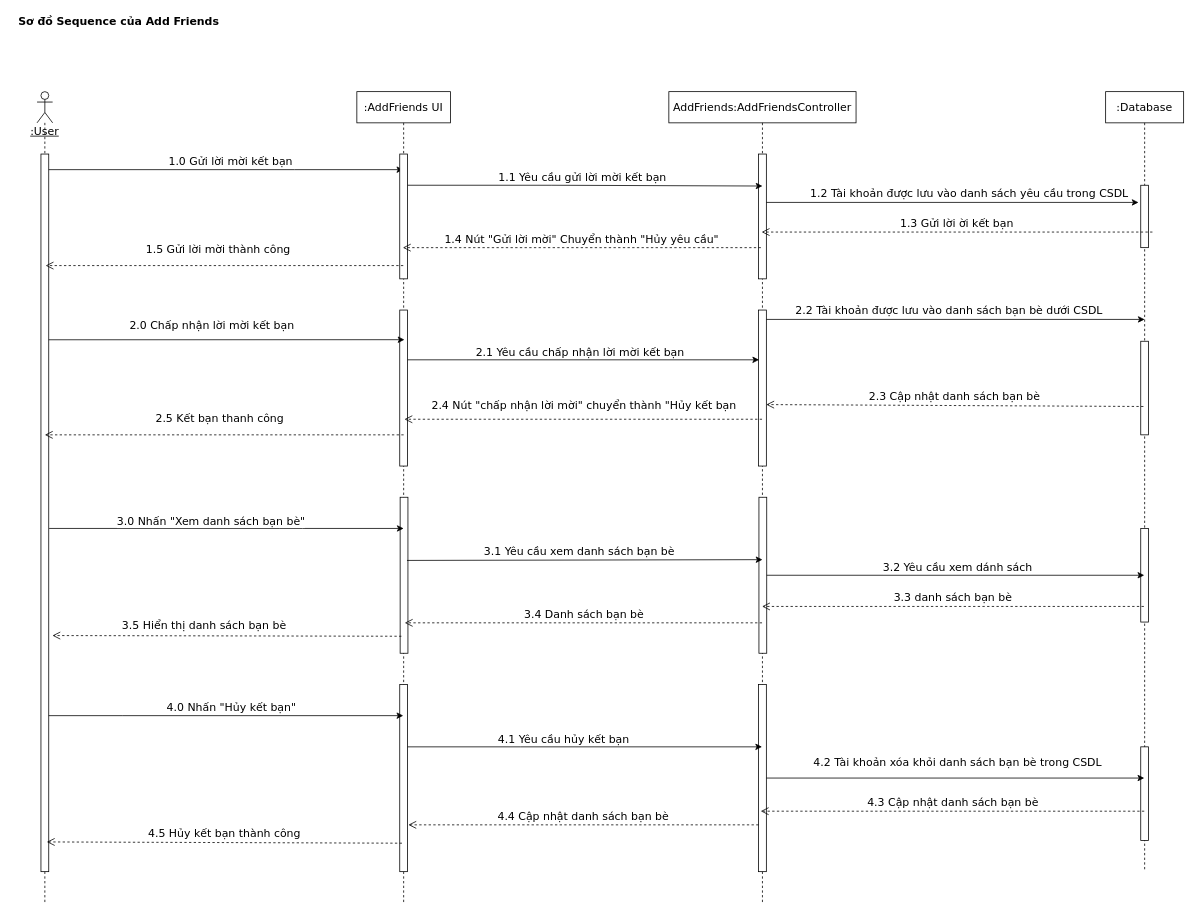
This is ToDoApp-Doc/Document/Diagram/Sequence Diagram/AddFriends/AddFriends_SequenceDiagram.drawio from Merevoli-DatLuu/To-Do-App, a draw.io file, before an edit. Source tidied: cells renumbered, new cells numbered last; positions are measured from the earlier drawing's top-left corner, leaving out a move shared by most shapes. Both pictures are drawn from the tidied source at 78%, with x=0, y=0 at pixel (13, 13).
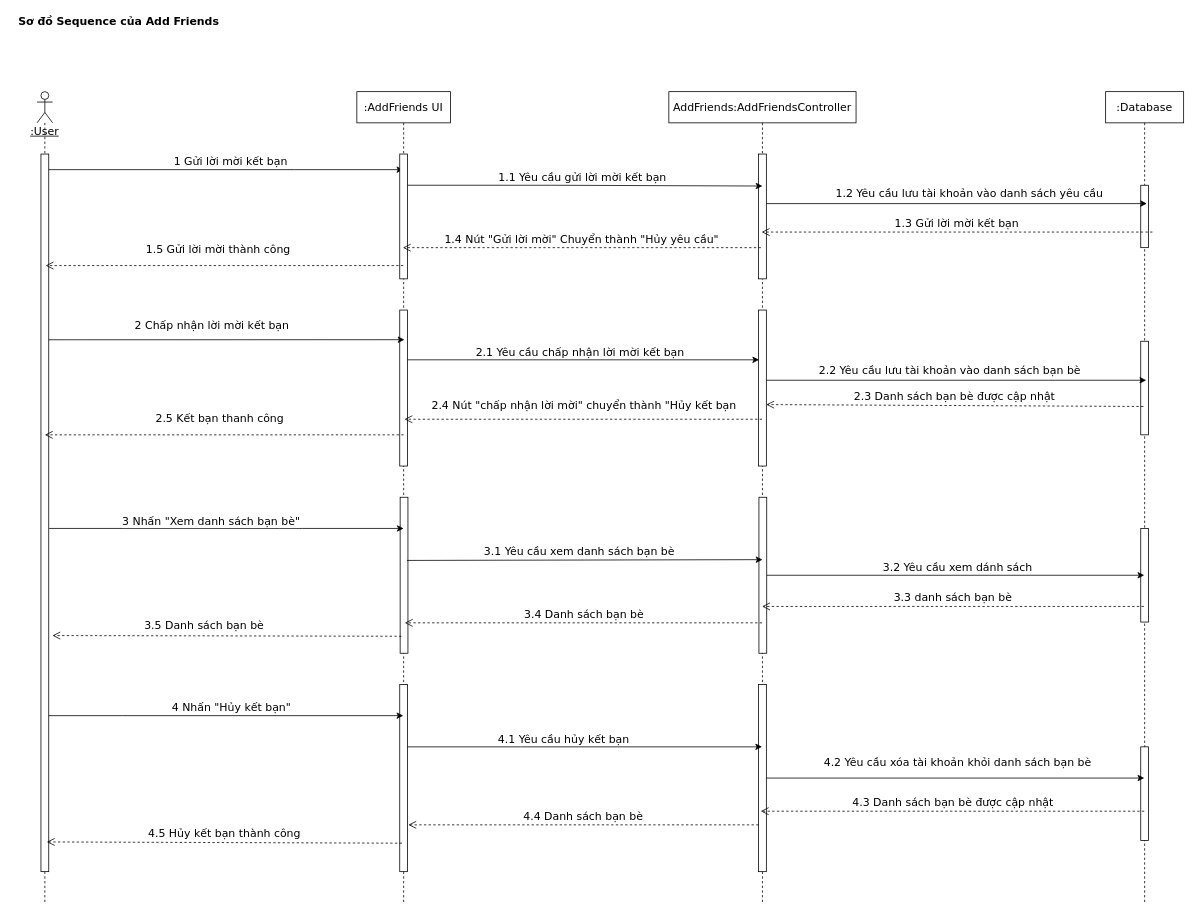
Above is the later version.

Commit message (it also covers changes not shown here):
[Modified]: Modified AddFriends_SequenceDiagram

Unchanged cells that the change refers to:
```xml
<mxCell id="2" style="edgeStyle=none;rounded=0;jettySize=auto;html=1;fontSize=14;fontFamily=Verdana;" parent="1" edge="1" source="4" target="13">
  <mxGeometry relative="1" as="geometry">
    <Array as="points">
      <mxPoint x="360" y="200" />
    </Array>
  </mxGeometry>
</mxCell>
<mxCell id="5" style="html=1;points=[];perimeter=orthogonalPerimeter;fontSize=14;fontFamily=Verdana;" parent="4" vertex="1">
  <mxGeometry x="5" y="80" width="10" height="920" as="geometry" />
</mxCell>
<mxCell id="7" style="html=1;points=[];perimeter=orthogonalPerimeter;fontSize=14;fontFamily=Verdana;" parent="6" vertex="1">
  <mxGeometry x="115" y="80" width="10" height="160" as="geometry" />
</mxCell>
<mxCell id="8" style="html=1;points=[];perimeter=orthogonalPerimeter;fontSize=14;fontFamily=Verdana;" parent="6" vertex="1">
  <mxGeometry x="115" y="280" width="10" height="200" as="geometry" />
</mxCell>
<mxCell id="10" style="html=1;points=[];perimeter=orthogonalPerimeter;fontSize=14;fontFamily=Verdana;" parent="6" vertex="1">
  <mxGeometry x="115" y="760" width="10" height="240" as="geometry" />
</mxCell>
<mxCell id="16" style="html=1;points=[];perimeter=orthogonalPerimeter;fontSize=14;fontFamily=Verdana;" parent="13" vertex="1">
  <mxGeometry x="55.5" y="520" width="10" height="200" as="geometry" />
</mxCell>
<mxCell id="19" style="edgeStyle=none;rounded=0;jettySize=auto;html=1;entryX=0.6;entryY=0.19;entryDx=0;entryDy=0;entryPerimeter=0;fontSize=14;fontFamily=Verdana;" parent="1" edge="1" target="15">
  <mxGeometry relative="1" as="geometry">
    <mxPoint x="45" y="418.1" as="sourcePoint" />
  </mxGeometry>
</mxCell>
<mxCell id="23" style="edgeStyle=none;rounded=0;orthogonalLoop=1;jettySize=auto;html=1;fontSize=14;fontFamily=Verdana;" parent="1" edge="1">
  <mxGeometry relative="1" as="geometry">
    <mxPoint x="45.5" y="660" as="sourcePoint" />
    <mxPoint x="500" y="660" as="targetPoint" />
    <Array as="points">
      <mxPoint x="340.5" y="660" />
      <mxPoint x="370.5" y="660" />
    </Array>
  </mxGeometry>
</mxCell>
<mxCell id="37" style="html=1;points=[];perimeter=orthogonalPerimeter;fontFamily=Verdana;fontSize=14;" parent="36" vertex="1">
  <mxGeometry x="45" y="120" width="10" height="80" as="geometry" />
</mxCell>
<mxCell id="38" style="html=1;points=[];perimeter=orthogonalPerimeter;fontFamily=Verdana;fontSize=14;" parent="36" vertex="1">
  <mxGeometry x="45" y="320" width="10" height="120" as="geometry" />
</mxCell>
```

Change to the diagram source:
```diff
@@
-    <mxCell id="3" value="1.0 Gửi lời mời kết bạn" style="edgeLabel;html=1;align=center;verticalAlign=middle;fontSize=14;fontFamily=Verdana;" parent="2" vertex="1">
+    <mxCell id="3" value="1 Gửi lời mời kết bạn" style="edgeLabel;html=1;align=center;verticalAlign=middle;fontSize=14;fontFamily=Verdana;" parent="2" vertex="1">
       <mxGeometry x="0.13" y="1" relative="1" as="geometry">
         <mxPoint x="-22.5" y="-10" as="offset" />
       </mxGeometry>
     </mxCell>
@@
-    <mxCell id="20" value="2.0 Chấp nhận lời mời kết bạn" style="edgeLabel;html=1;align=center;verticalAlign=middle;fontSize=14;fontFamily=Verdana;" parent="19" vertex="1">
+    <mxCell id="20" value="2 Chấp nhận lời mời kết bạn" style="edgeLabel;html=1;align=center;verticalAlign=middle;fontSize=14;fontFamily=Verdana;" parent="19" vertex="1">
       <mxGeometry x="-0.11" y="-7" relative="1" as="geometry">
         <mxPoint x="5" y="-25.1" as="offset" />
       </mxGeometry>
     </mxCell>
@@
-    <mxCell id="24" value="3.0 Nhấn &quot;Xem danh sách bạn bè&quot;" style="edgeLabel;html=1;align=center;verticalAlign=middle;fontSize=14;fontFamily=Verdana;" parent="23" vertex="1">
+    <mxCell id="24" value="3 Nhấn &quot;Xem danh sách bạn bè&quot;" style="edgeLabel;html=1;align=center;verticalAlign=middle;fontSize=14;fontFamily=Verdana;" parent="23" vertex="1">
       <mxGeometry x="-0.09" y="3" relative="1" as="geometry">
         <mxPoint y="-7" as="offset" />
       </mxGeometry>
     </mxCell>
@@
-    <mxCell id="27" value="3.5 Hiển thị danh sách bạn bè" style="html=1;verticalAlign=bottom;endArrow=open;dashed=1;endSize=8;fontSize=14;fontFamily=Verdana;entryX=1.467;entryY=0.671;entryDx=0;entryDy=0;entryPerimeter=0;exitX=0.164;exitY=0.891;exitDx=0;exitDy=0;exitPerimeter=0;" parent="1" edge="1" source="16" target="5">
+    <mxCell id="27" value="3.5 Danh sách bạn bè" style="html=1;verticalAlign=bottom;endArrow=open;dashed=1;endSize=8;fontSize=14;fontFamily=Verdana;entryX=1.467;entryY=0.671;entryDx=0;entryDy=0;entryPerimeter=0;exitX=0.164;exitY=0.891;exitDx=0;exitDy=0;exitPerimeter=0;" parent="1" edge="1" source="16" target="5">
       <mxGeometry x="0.13" y="-2" relative="1" as="geometry" />
     </mxCell>
@@
-    <mxCell id="29" value="4.0 Nhấn &quot;Hủy kết bạn&quot;" style="text;html=1;align=center;verticalAlign=middle;fontSize=14;fontFamily=Verdana;" parent="1" vertex="1">
-      <mxGeometry x="189" y="880" width="180" height="20" as="geometry" />
+    <mxCell id="29" value="4 Nhấn &quot;Hủy kết bạn&quot;" style="text;html=1;align=center;verticalAlign=middle;fontSize=14;fontFamily=Verdana;" parent="1" vertex="1">
+      <mxGeometry x="194" y="880" width="170" height="20" as="geometry" />
     </mxCell>
@@
-    <mxCell id="32" value="4.2 Tài khoản xóa khỏi danh sách bạn bè trong CSDL" style="text;html=1;align=center;verticalAlign=middle;fontSize=14;fontFamily=Verdana;" parent="1" vertex="1">
-      <mxGeometry x="1015" y="950" width="390" height="20" as="geometry" />
+    <mxCell id="32" value="4.2 Yêu cầu xóa tài khoản khỏi danh sách bạn bè" style="text;html=1;align=center;verticalAlign=middle;fontSize=14;fontFamily=Verdana;" parent="1" vertex="1">
+      <mxGeometry x="1030" y="950" width="360" height="20" as="geometry" />
     </mxCell>
@@
-    <mxCell id="34" value="4.4 Cập nhật danh sách bạn bè" style="html=1;verticalAlign=bottom;endArrow=open;dashed=1;endSize=8;fontSize=14;fontFamily=Verdana;" parent="1" edge="1">
+    <mxCell id="34" value="4.4 Danh sách bạn bè" style="html=1;verticalAlign=bottom;endArrow=open;dashed=1;endSize=8;fontSize=14;fontFamily=Verdana;" parent="1" edge="1">
       <mxGeometry relative="1" as="geometry">
         <mxPoint x="955" y="1040" as="sourcePoint" />
         <mxPoint x="506" y="1040" as="targetPoint" />
       </mxGeometry>
     </mxCell>
@@
     <mxCell id="36" value=":Database" style="shape=umlLifeline;perimeter=lifelinePerimeter;whiteSpace=wrap;html=1;outlineConnect=0;fontFamily=Verdana;fontSize=14;" parent="1" vertex="1">
-      <mxGeometry x="1400" y="100" width="100" height="1000" as="geometry" />
+      <mxGeometry x="1400" y="100" width="100" height="1040" as="geometry" />
     </mxCell>
@@
-    <mxCell id="40" value="1.2 Tài khoản được lưu vào danh sách yêu cầu trong CSDL" style="text;html=1;align=center;verticalAlign=middle;points=[];fontFamily=Verdana;fontSize=14;" parent="36" vertex="1">
-      <mxGeometry x="-390" y="120" width="430" height="20" as="geometry" />
+    <mxCell id="40" value="1.2 Yêu cầu lưu tài khoản vào danh sách yêu cầu" style="text;html=1;align=center;verticalAlign=middle;points=[];fontFamily=Verdana;fontSize=14;" parent="36" vertex="1">
+      <mxGeometry x="-355" y="120" width="360" height="20" as="geometry" />
     </mxCell>
@@
-    <mxCell id="42" style="edgeStyle=none;rounded=0;jettySize=auto;html=1;entryX=1.005;entryY=1.1;entryDx=0;entryDy=0;entryPerimeter=0;fontFamily=Verdana;fontSize=14;" parent="1" edge="1" source="7" target="40">
+    <mxCell id="42" style="edgeStyle=none;rounded=0;jettySize=auto;html=1;entryX=0.529;entryY=0.138;entryDx=0;entryDy=0;entryPerimeter=0;fontFamily=Verdana;fontSize=14;" parent="1" edge="1" source="7" target="36">
       <mxGeometry relative="1" as="geometry" />
     </mxCell>
@@
-    <mxCell id="44" value="1.3 Gửi lời ời kết bạn" style="html=1;verticalAlign=bottom;endArrow=open;dashed=1;endSize=8;exitX=1.5;exitY=0.75;exitDx=0;exitDy=0;exitPerimeter=0;fontSize=14;fontFamily=Verdana;" parent="1" edge="1" source="37">
+    <mxCell id="44" value="1.3 Gửi lời mời kết bạn" style="html=1;verticalAlign=bottom;endArrow=open;dashed=1;endSize=8;exitX=1.5;exitY=0.75;exitDx=0;exitDy=0;exitPerimeter=0;fontSize=14;fontFamily=Verdana;" parent="1" edge="1" source="37">
       <mxGeometry relative="1" as="geometry">
         <mxPoint x="959" y="280" as="targetPoint" />
       </mxGeometry>
     </mxCell>
@@
-    <mxCell id="46" value="2.3 Cập nhật danh sách bạn bè" style="html=1;verticalAlign=bottom;endArrow=open;dashed=1;endSize=8;exitX=0.341;exitY=0.697;exitDx=0;exitDy=0;exitPerimeter=0;entryX=0.988;entryY=0.606;entryDx=0;entryDy=0;entryPerimeter=0;fontSize=14;fontFamily=Verdana;" parent="1" edge="1" source="38" target="8">
+    <mxCell id="46" value="2.3 Danh sách bạn bè được cập nhật" style="html=1;verticalAlign=bottom;endArrow=open;dashed=1;endSize=8;exitX=0.341;exitY=0.697;exitDx=0;exitDy=0;exitPerimeter=0;entryX=0.988;entryY=0.606;entryDx=0;entryDy=0;entryPerimeter=0;fontSize=14;fontFamily=Verdana;" parent="1" edge="1" source="38" target="8">
       <mxGeometry relative="1" as="geometry" />
     </mxCell>
@@
-    <mxCell id="49" value="2.2 Tài khoản được lưu vào danh sách bạn bè dưới CSDL" style="edgeStyle=none;rounded=0;jettySize=auto;html=1;entryX=0.5;entryY=0.292;entryDx=0;entryDy=0;entryPerimeter=0;fontSize=14;fontFamily=Verdana;" parent="1" edge="1" source="8" target="36">
+    <mxCell id="49" value="2.2 Yêu cầu lưu tài khoản vào danh sách bạn bè" style="edgeStyle=none;rounded=0;jettySize=auto;html=1;fontSize=14;fontFamily=Verdana;" parent="1" edge="1" source="8">
       <mxGeometry x="-0.03" y="12" relative="1" as="geometry">
+        <mxPoint x="1452" y="470" as="targetPoint" />
         <mxPoint x="-1" as="offset" />
       </mxGeometry>
     </mxCell>
-    <mxCell id="50" value="4.3 Cập nhật danh sách bạn bè" style="html=1;verticalAlign=bottom;endArrow=open;dashed=1;endSize=8;entryX=0.282;entryY=0.677;entryDx=0;entryDy=0;entryPerimeter=0;fontSize=14;fontFamily=Verdana;" parent="1" edge="1" target="10">
+    <mxCell id="50" value="4.3 Danh sách bạn bè được cập nhật" style="html=1;verticalAlign=bottom;endArrow=open;dashed=1;endSize=8;entryX=0.282;entryY=0.677;entryDx=0;entryDy=0;entryPerimeter=0;fontSize=14;fontFamily=Verdana;" parent="1" edge="1" target="10">
       <mxGeometry relative="1" as="geometry">
         <mxPoint x="1449.5" y="1022.5" as="sourcePoint" />
       </mxGeometry>
     </mxCell>
```
